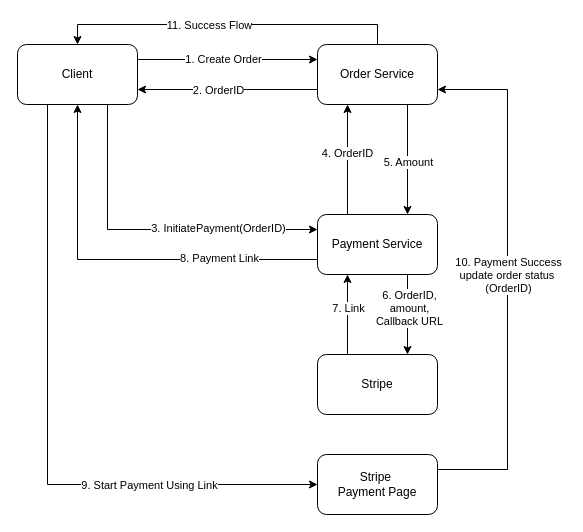
Above: Payment Service Flow.drawio in neeraj06152k/ECommerceMicroservices (draw.io), before the change. Source tidied: cells renumbered, new cells numbered last; positions are measured from the earlier drawing's top-left corner, leaving out a move shared by most shapes. Both pictures are drawn from the tidied source at 100%, with x=0, y=0 at pixel (17, 44).
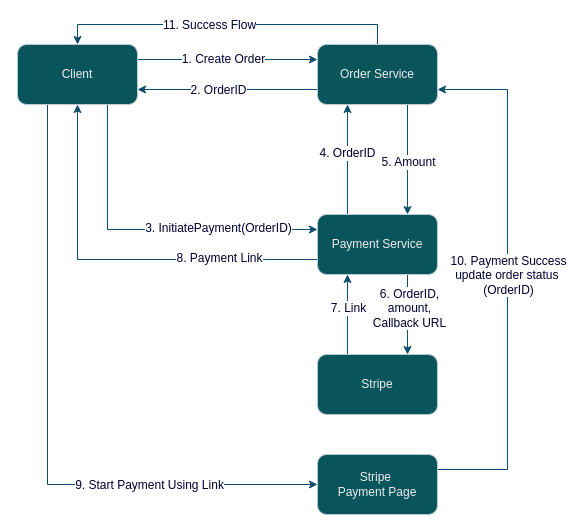
Above is the later version.

Diff of the diagram source:
```diff
@@
-    <mxCell id="2" style="edgeStyle=orthogonalEdgeStyle;rounded=0;jettySize=auto;html=1;exitX=0;exitY=0.75;exitDx=0;exitDy=0;entryX=1;entryY=0.75;entryDx=0;entryDy=0;" parent="1" edge="1" source="8" target="22">
+    <mxCell id="2" style="edgeStyle=orthogonalEdgeStyle;rounded=0;jettySize=auto;html=1;exitX=0;exitY=0.75;exitDx=0;exitDy=0;entryX=1;entryY=0.75;entryDx=0;entryDy=0;labelBackgroundColor=none;strokeColor=#0B4D6A;fontColor=default;" parent="1" edge="1" source="8" target="22">
       <mxGeometry relative="1" as="geometry" />
     </mxCell>
-    <mxCell id="3" value="2. OrderID" style="edgeLabel;html=1;align=center;verticalAlign=middle;" parent="2" vertex="1">
+    <mxCell id="3" value="2. OrderID" style="edgeLabel;html=1;align=center;verticalAlign=middle;labelBackgroundColor=default;fontColor=#000033;fontStyle=0;fontSize=12;" parent="2" vertex="1">
       <mxGeometry x="-0.16" relative="1" as="geometry">
         <mxPoint x="-24" as="offset" />
       </mxGeometry>
     </mxCell>
-    <mxCell id="4" style="edgeStyle=orthogonalEdgeStyle;rounded=0;jettySize=auto;html=1;exitX=0.75;exitY=1;exitDx=0;exitDy=0;entryX=0.75;entryY=0;entryDx=0;entryDy=0;" parent="1" edge="1" source="8" target="17">
+    <mxCell id="4" style="edgeStyle=orthogonalEdgeStyle;rounded=0;jettySize=auto;html=1;exitX=0.75;exitY=1;exitDx=0;exitDy=0;entryX=0.75;entryY=0;entryDx=0;entryDy=0;labelBackgroundColor=none;strokeColor=#0B4D6A;fontColor=default;" parent="1" edge="1" source="8" target="17">
       <mxGeometry relative="1" as="geometry" />
     </mxCell>
-    <mxCell id="5" value="5. Amount" style="edgeLabel;html=1;align=center;verticalAlign=middle;" parent="4" vertex="1">
+    <mxCell id="5" value="5. Amount" style="edgeLabel;html=1;align=center;verticalAlign=middle;labelBackgroundColor=default;fontColor=#000033;fontStyle=0;fontSize=12;" parent="4" vertex="1">
       <mxGeometry x="0.03" relative="1" as="geometry" />
     </mxCell>
-    <mxCell id="6" style="edgeStyle=orthogonalEdgeStyle;rounded=0;jettySize=auto;html=1;exitX=0.5;exitY=0;exitDx=0;exitDy=0;entryX=0.5;entryY=0;entryDx=0;entryDy=0;" parent="1" edge="1" source="8" target="22">
+    <mxCell id="6" style="edgeStyle=orthogonalEdgeStyle;rounded=0;jettySize=auto;html=1;exitX=0.5;exitY=0;exitDx=0;exitDy=0;entryX=0.5;entryY=0;entryDx=0;entryDy=0;labelBackgroundColor=none;strokeColor=#0B4D6A;fontColor=default;" parent="1" edge="1" source="8" target="22">
       <mxGeometry relative="1" as="geometry" />
     </mxCell>
-    <mxCell id="7" value="11. Success Flow" style="edgeLabel;html=1;align=center;verticalAlign=middle;" parent="6" vertex="1">
+    <mxCell id="7" value="11. Success Flow" style="edgeLabel;html=1;align=center;verticalAlign=middle;labelBackgroundColor=default;fontColor=#000033;fontStyle=0;fontSize=12;" parent="6" vertex="1">
       <mxGeometry x="0.11" relative="1" as="geometry" />
     </mxCell>
-    <mxCell id="8" value="Order Service" style="rounded=1;whiteSpace=wrap;html=1;" parent="1" vertex="1">
+    <mxCell id="8" value="Order Service" style="rounded=1;whiteSpace=wrap;html=1;labelBackgroundColor=none;fillColor=#09555B;strokeColor=#BAC8D3;fontColor=#EEEEEE;" parent="1" vertex="1">
       <mxGeometry x="300" width="120" height="60" as="geometry" />
     </mxCell>
-    <mxCell id="9" style="edgeStyle=orthogonalEdgeStyle;rounded=0;jettySize=auto;html=1;exitX=1;exitY=0.25;exitDx=0;exitDy=0;entryX=0;entryY=0.25;entryDx=0;entryDy=0;" parent="1" edge="1" source="22" target="8">
+    <mxCell id="9" style="edgeStyle=orthogonalEdgeStyle;rounded=0;jettySize=auto;html=1;exitX=1;exitY=0.25;exitDx=0;exitDy=0;entryX=0;entryY=0.25;entryDx=0;entryDy=0;labelBackgroundColor=none;strokeColor=#0B4D6A;fontColor=default;" parent="1" edge="1" source="22" target="8">
       <mxGeometry relative="1" as="geometry" />
     </mxCell>
-    <mxCell id="10" value="1. Create Order" style="edgeLabel;html=1;align=center;verticalAlign=middle;" parent="9" vertex="1">
+    <mxCell id="10" value="1. Create Order" style="edgeLabel;html=1;align=center;verticalAlign=middle;labelBackgroundColor=default;fontColor=#000033;fontStyle=0;fontSize=12;" parent="9" vertex="1">
       <mxGeometry x="-0.06" relative="1" as="geometry" />
     </mxCell>
-    <mxCell id="11" style="edgeStyle=orthogonalEdgeStyle;rounded=0;jettySize=auto;html=1;exitX=0.25;exitY=0;exitDx=0;exitDy=0;entryX=0.25;entryY=1;entryDx=0;entryDy=0;" parent="1" edge="1" source="17" target="8">
+    <mxCell id="11" style="edgeStyle=orthogonalEdgeStyle;rounded=0;jettySize=auto;html=1;exitX=0.25;exitY=0;exitDx=0;exitDy=0;entryX=0.25;entryY=1;entryDx=0;entryDy=0;labelBackgroundColor=none;strokeColor=#0B4D6A;fontColor=default;" parent="1" edge="1" source="17" target="8">
       <mxGeometry relative="1" as="geometry" />
     </mxCell>
-    <mxCell id="12" value="4. OrderID" style="edgeLabel;html=1;align=center;verticalAlign=middle;" parent="11" vertex="1">
+    <mxCell id="12" value="4. OrderID" style="edgeLabel;html=1;align=center;verticalAlign=middle;labelBackgroundColor=default;fontColor=#000033;fontStyle=0;fontSize=12;" parent="11" vertex="1">
       <mxGeometry x="0.12" y="1" relative="1" as="geometry" />
     </mxCell>
-    <mxCell id="13" style="edgeStyle=orthogonalEdgeStyle;rounded=0;jettySize=auto;html=1;exitX=0;exitY=0.75;exitDx=0;exitDy=0;entryX=0.5;entryY=1;entryDx=0;entryDy=0;" parent="1" edge="1" source="17" target="22">
+    <mxCell id="13" style="edgeStyle=orthogonalEdgeStyle;rounded=0;jettySize=auto;html=1;exitX=0;exitY=0.75;exitDx=0;exitDy=0;entryX=0.5;entryY=1;entryDx=0;entryDy=0;labelBackgroundColor=none;strokeColor=#0B4D6A;fontColor=default;" parent="1" edge="1" source="17" target="22">
       <mxGeometry relative="1" as="geometry" />
     </mxCell>
-    <mxCell id="14" value="8. Payment Link" style="edgeLabel;html=1;align=center;verticalAlign=middle;" parent="13" vertex="1">
+    <mxCell id="14" value="8. Payment Link" style="edgeLabel;html=1;align=center;verticalAlign=middle;labelBackgroundColor=default;fontColor=#000033;fontStyle=0;fontSize=12;" parent="13" vertex="1">
       <mxGeometry x="0.01" y="-2" relative="1" as="geometry">
         <mxPoint x="100" as="offset" />
       </mxGeometry>
     </mxCell>
-    <mxCell id="15" style="edgeStyle=orthogonalEdgeStyle;rounded=0;jettySize=auto;html=1;exitX=0.75;exitY=1;exitDx=0;exitDy=0;entryX=0.75;entryY=0;entryDx=0;entryDy=0;" parent="1" edge="1" source="17" target="25">
+    <mxCell id="15" style="edgeStyle=orthogonalEdgeStyle;rounded=0;jettySize=auto;html=1;exitX=0.75;exitY=1;exitDx=0;exitDy=0;entryX=0.75;entryY=0;entryDx=0;entryDy=0;labelBackgroundColor=none;strokeColor=#0B4D6A;fontColor=default;" parent="1" edge="1" source="17" target="25">
       <mxGeometry relative="1" as="geometry" />
     </mxCell>
-    <mxCell id="16" value="6. OrderID,&lt;div&gt;amount,&lt;/div&gt;&lt;div&gt;Callback URL&lt;/div&gt;" style="edgeLabel;html=1;align=center;verticalAlign=middle;" parent="15" vertex="1">
+    <mxCell id="16" value="6. OrderID,&lt;div style=&quot;font-size: 12px;&quot;&gt;amount,&lt;/div&gt;&lt;div style=&quot;font-size: 12px;&quot;&gt;Callback URL&lt;/div&gt;" style="edgeLabel;html=1;align=center;verticalAlign=middle;labelBackgroundColor=default;fontColor=#000033;fontStyle=0;fontSize=12;" parent="15" vertex="1">
       <mxGeometry x="-0.17" y="1" relative="1" as="geometry" />
     </mxCell>
-    <mxCell id="17" value="Payment&amp;nbsp;&lt;span style=&quot;background-color: initial;&quot;&gt;Service&lt;/span&gt;" style="rounded=1;whiteSpace=wrap;html=1;" parent="1" vertex="1">
+    <mxCell id="17" value="Payment&amp;nbsp;&lt;span style=&quot;background-color: initial;&quot;&gt;Service&lt;/span&gt;" style="rounded=1;whiteSpace=wrap;html=1;labelBackgroundColor=none;fillColor=#09555B;strokeColor=#BAC8D3;fontColor=#EEEEEE;" parent="1" vertex="1">
       <mxGeometry x="300" y="170" width="120" height="60" as="geometry" />
     </mxCell>
-    <mxCell id="18" style="edgeStyle=orthogonalEdgeStyle;rounded=0;jettySize=auto;html=1;exitX=0.75;exitY=1;exitDx=0;exitDy=0;entryX=0;entryY=0.25;entryDx=0;entryDy=0;" parent="1" edge="1" source="22" target="17">
+    <mxCell id="18" style="edgeStyle=orthogonalEdgeStyle;rounded=0;jettySize=auto;html=1;exitX=0.75;exitY=1;exitDx=0;exitDy=0;entryX=0;entryY=0.25;entryDx=0;entryDy=0;labelBackgroundColor=none;strokeColor=#0B4D6A;fontColor=default;" parent="1" edge="1" source="22" target="17">
       <mxGeometry relative="1" as="geometry" />
     </mxCell>
-    <mxCell id="19" value="3. InitiatePayment(OrderID)" style="edgeLabel;html=1;align=center;verticalAlign=middle;" parent="18" vertex="1">
+    <mxCell id="19" value="3. InitiatePayment(OrderID)" style="edgeLabel;html=1;align=center;verticalAlign=middle;labelBackgroundColor=default;fontColor=#000033;fontStyle=0;fontSize=12;" parent="18" vertex="1">
       <mxGeometry x="-0.02" y="2" relative="1" as="geometry">
         <mxPoint x="71" as="offset" />
       </mxGeometry>
     </mxCell>
-    <mxCell id="20" style="edgeStyle=orthogonalEdgeStyle;rounded=0;jettySize=auto;html=1;exitX=0.25;exitY=1;exitDx=0;exitDy=0;entryX=0;entryY=0.5;entryDx=0;entryDy=0;" parent="1" edge="1" source="22" target="28">
+    <mxCell id="20" style="edgeStyle=orthogonalEdgeStyle;rounded=0;jettySize=auto;html=1;exitX=0.25;exitY=1;exitDx=0;exitDy=0;entryX=0;entryY=0.5;entryDx=0;entryDy=0;labelBackgroundColor=none;strokeColor=#0B4D6A;fontColor=default;" parent="1" edge="1" source="22" target="28">
       <mxGeometry relative="1" as="geometry" />
     </mxCell>
-    <mxCell id="21" value="9. Start Payment Using Link" style="edgeLabel;html=1;align=center;verticalAlign=middle;" parent="20" vertex="1">
+    <mxCell id="21" value="9. Start Payment Using Link" style="edgeLabel;html=1;align=center;verticalAlign=middle;labelBackgroundColor=default;fontColor=#000033;fontStyle=0;fontSize=12;" parent="20" vertex="1">
       <mxGeometry x="0.48" relative="1" as="geometry" />
     </mxCell>
-    <mxCell id="22" value="Client" style="rounded=1;whiteSpace=wrap;html=1;" parent="1" vertex="1">
+    <mxCell id="22" value="Client" style="rounded=1;whiteSpace=wrap;html=1;labelBackgroundColor=none;fillColor=#09555B;strokeColor=#BAC8D3;fontColor=#EEEEEE;" parent="1" vertex="1">
       <mxGeometry width="120" height="60" as="geometry" />
     </mxCell>
-    <mxCell id="23" style="edgeStyle=orthogonalEdgeStyle;rounded=0;jettySize=auto;html=1;exitX=0.25;exitY=0;exitDx=0;exitDy=0;entryX=0.25;entryY=1;entryDx=0;entryDy=0;" parent="1" edge="1" source="25" target="17">
+    <mxCell id="23" style="edgeStyle=orthogonalEdgeStyle;rounded=0;jettySize=auto;html=1;exitX=0.25;exitY=0;exitDx=0;exitDy=0;entryX=0.25;entryY=1;entryDx=0;entryDy=0;labelBackgroundColor=none;strokeColor=#0B4D6A;fontColor=default;" parent="1" edge="1" source="25" target="17">
       <mxGeometry relative="1" as="geometry" />
     </mxCell>
-    <mxCell id="24" value="7. Link" style="edgeLabel;html=1;align=center;verticalAlign=middle;" parent="23" vertex="1">
+    <mxCell id="24" value="7. Link" style="edgeLabel;html=1;align=center;verticalAlign=middle;labelBackgroundColor=default;fontColor=#000033;fontStyle=0;fontSize=12;" parent="23" vertex="1">
       <mxGeometry x="0.17" relative="1" as="geometry" />
     </mxCell>
-    <mxCell id="25" value="Stripe" style="rounded=1;whiteSpace=wrap;html=1;" parent="1" vertex="1">
+    <mxCell id="25" value="Stripe" style="rounded=1;whiteSpace=wrap;html=1;labelBackgroundColor=none;fillColor=#09555B;strokeColor=#BAC8D3;fontColor=#EEEEEE;" parent="1" vertex="1">
       <mxGeometry x="300" y="310" width="120" height="60" as="geometry" />
     </mxCell>
-    <mxCell id="26" style="edgeStyle=orthogonalEdgeStyle;rounded=0;jettySize=auto;html=1;exitX=1;exitY=0.25;exitDx=0;exitDy=0;entryX=1;entryY=0.75;entryDx=0;entryDy=0;" parent="1" edge="1" source="28" target="8">
+    <mxCell id="26" style="edgeStyle=orthogonalEdgeStyle;rounded=0;jettySize=auto;html=1;exitX=1;exitY=0.25;exitDx=0;exitDy=0;entryX=1;entryY=0.75;entryDx=0;entryDy=0;labelBackgroundColor=none;strokeColor=#0B4D6A;fontColor=default;" parent="1" edge="1" source="28" target="8">
       <mxGeometry relative="1" as="geometry">
         <Array as="points">
           <mxPoint x="490" y="425" />
           <mxPoint x="490" y="45" />
         </Array>
       </mxGeometry>
     </mxCell>
-    <mxCell id="27" value="10. Payment Success&lt;div&gt;update order status&amp;nbsp;&lt;/div&gt;&lt;div&gt;(OrderID)&lt;/div&gt;" style="edgeLabel;html=1;align=center;verticalAlign=middle;" parent="26" vertex="1">
+    <mxCell id="27" value="10. Payment Success&lt;div style=&quot;font-size: 12px;&quot;&gt;update order status&amp;nbsp;&lt;/div&gt;&lt;div style=&quot;font-size: 12px;&quot;&gt;(OrderID)&lt;/div&gt;" style="edgeLabel;html=1;align=center;verticalAlign=middle;labelBackgroundColor=default;fontColor=#000033;fontStyle=0;fontSize=12;" parent="26" vertex="1">
       <mxGeometry x="0.02" relative="1" as="geometry" />
     </mxCell>
-    <mxCell id="28" value="Stripe&amp;nbsp;&lt;div&gt;Payment Page&lt;/div&gt;" style="rounded=1;whiteSpace=wrap;html=1;" parent="1" vertex="1">
+    <mxCell id="28" value="Stripe&amp;nbsp;&lt;div&gt;Payment Page&lt;/div&gt;" style="rounded=1;whiteSpace=wrap;html=1;labelBackgroundColor=none;fillColor=#09555B;strokeColor=#BAC8D3;fontColor=#EEEEEE;" parent="1" vertex="1">
       <mxGeometry x="300" y="410" width="120" height="60" as="geometry" />
     </mxCell>
```
